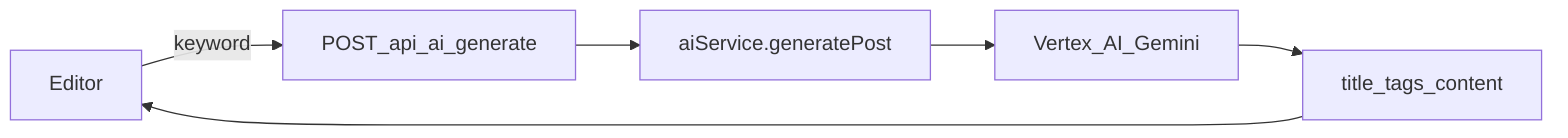
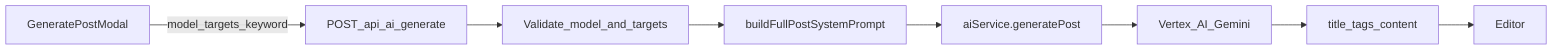
flowchart LR
-   editor[Editor] -->|keyword| api[POST_api_ai_generate]
-   api --> svc[aiService.generatePost]
+   modal[GeneratePostModal] -->|model_targets_keyword| api[POST_api_ai_generate]
+   api --> validate[Validate_model_and_targets]
+   validate --> prompts[buildFullPostSystemPrompt]
+   prompts --> svc[aiService.generatePost]
  svc --> vertex[Vertex_AI_Gemini]
  vertex --> json[title_tags_content]
-   json --> editor
+   json --> editor[Editor]
